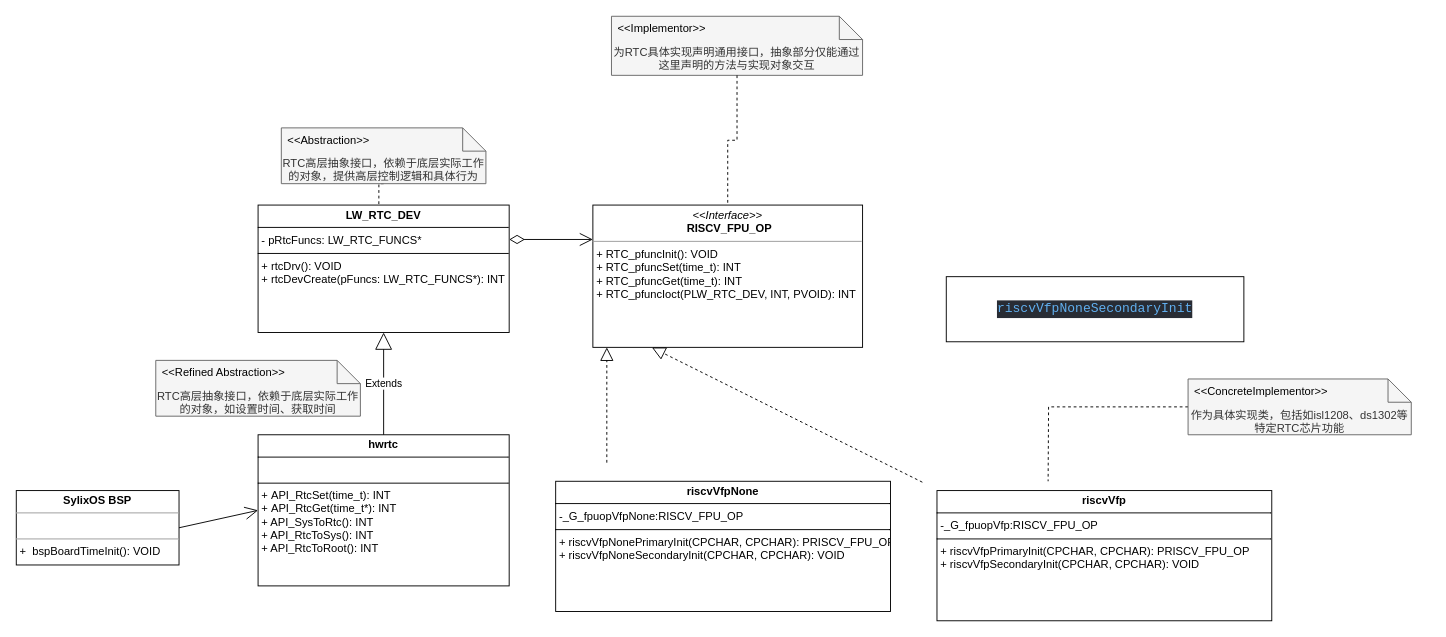
peng-fan/drawio keeps this draw.io diagram as page "SylixOS设计模式-简单工厂" (4 of 4) of draw/SylixOS内核艺术.drawio. Above is the earlier version. Source tidied: cells renumbered, new cells numbered last; positions are measured from the earlier drawing's top-left corner, leaving out a move shared by most shapes. Both pictures are drawn from the tidied source at 93%, with x=0, y=0 at pixel (16, 16).
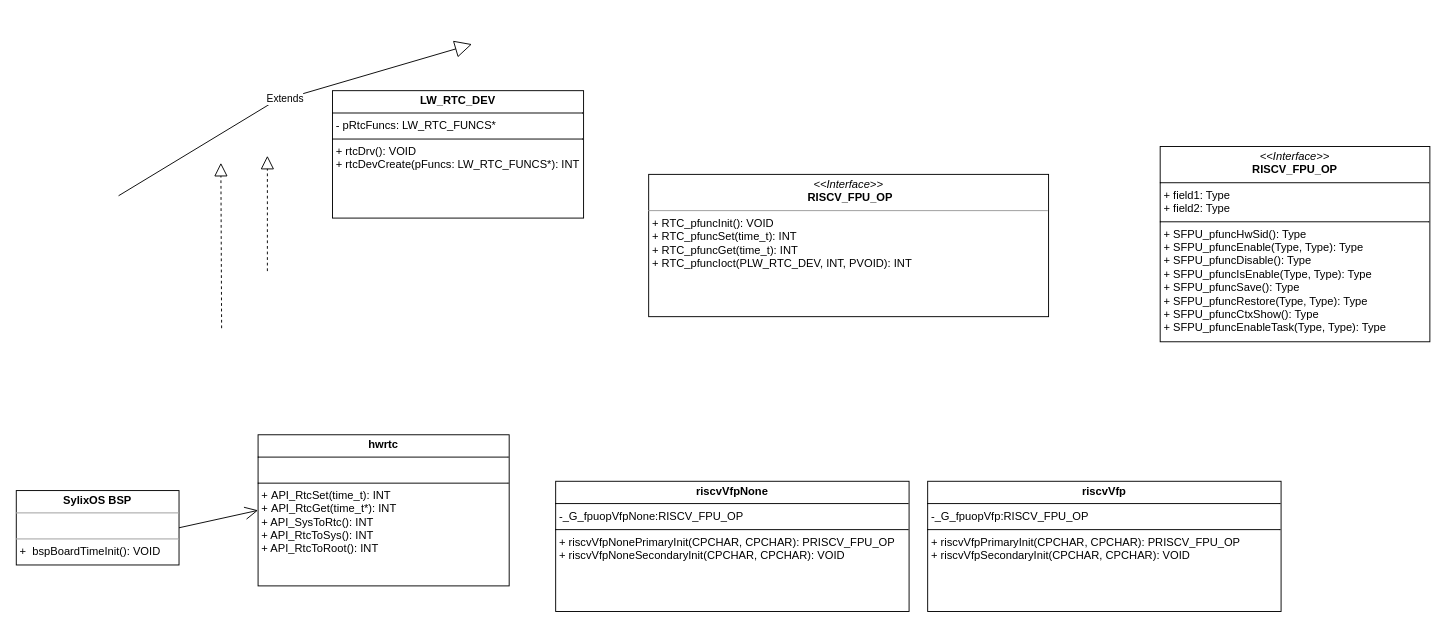
After the change.

Commit message:
更新SylixOS内核艺术.drawio

Unchanged cells that the change refers to:
```xml
<mxCell id="18" value="&lt;p style=&quot;margin:0px;margin-top:4px;text-align:center;&quot;&gt;&lt;b&gt;hwrtc&lt;/b&gt;&lt;/p&gt;&lt;hr size=&quot;1&quot; style=&quot;border-style:solid;&quot;&gt;&lt;p style=&quot;margin:0px;margin-left:4px;&quot;&gt;&lt;br&gt;&lt;/p&gt;&lt;hr size=&quot;1&quot; style=&quot;border-style:solid;&quot;&gt;&lt;p style=&quot;margin:0px;margin-left:4px;&quot;&gt;&lt;span style=&quot;background-color: transparent; color: light-dark(rgb(0, 0, 0), rgb(255, 255, 255));&quot;&gt;+&amp;nbsp;&lt;/span&gt;&lt;span style=&quot;background-color: transparent; color: light-dark(rgb(0, 0, 0), rgb(255, 255, 255));&quot;&gt;API_RtcSet&lt;/span&gt;&lt;span style=&quot;background-color: transparent; color: light-dark(rgb(0, 0, 0), rgb(255, 255, 255));&quot;&gt;(&lt;/span&gt;&lt;span style=&quot;background-color: transparent; color: light-dark(rgb(0, 0, 0), rgb(255, 255, 255));&quot;&gt;time_t&lt;/span&gt;&lt;span style=&quot;background-color: transparent; color: light-dark(rgb(0, 0, 0), rgb(255, 255, 255));&quot;&gt;): INT&lt;/span&gt;&lt;/p&gt;&lt;p style=&quot;margin: 0px 0px 0px 4px;&quot;&gt;&lt;span style=&quot;color: light-dark(rgb(0, 0, 0), rgb(255, 255, 255)); background-color: transparent;&quot;&gt;+&amp;nbsp;&lt;/span&gt;&lt;span style=&quot;background-color: transparent;&quot;&gt;API_RtcGet&lt;/span&gt;&lt;span style=&quot;color: light-dark(rgb(0, 0, 0), rgb(255, 255, 255)); background-color: transparent;&quot;&gt;(&lt;/span&gt;&lt;span style=&quot;background-color: transparent;&quot;&gt;time_t*&lt;/span&gt;&lt;span style=&quot;color: light-dark(rgb(0, 0, 0), rgb(255, 255, 255)); background-color: transparent;&quot;&gt;): INT&lt;/span&gt;&lt;span style=&quot;background-color: transparent; color: light-dark(rgb(0, 0, 0), rgb(255, 255, 255));&quot;&gt;&lt;/span&gt;&lt;/p&gt;&lt;p style=&quot;margin: 0px 0px 0px 4px;&quot;&gt;+ API_SysToRtc(): INT&lt;/p&gt;&lt;p style=&quot;margin: 0px 0px 0px 4px;&quot;&gt;+ API_RtcToSys(): INT&lt;/p&gt;&lt;p style=&quot;margin: 0px 0px 0px 4px;&quot;&gt;+ API_RtcToRoot(): INT&lt;/p&gt;" style="verticalAlign=top;align=left;overflow=fill;html=1;whiteSpace=wrap;" parent="1" vertex="1">
  <mxGeometry x="260" y="450" width="270" height="162.5" as="geometry" />
</mxCell>
```

Diff of the diagram source:
```diff
@@
     <mxCell id="2" value="&lt;p style=&quot;margin:0px;margin-top:4px;text-align:center;&quot;&gt;&lt;i&gt;&amp;lt;&amp;lt;Interface&amp;gt;&amp;gt;&lt;/i&gt;&lt;br&gt;&lt;/p&gt;&lt;p style=&quot;text-align: center; margin: 0px 0px 0px 4px;&quot;&gt;&lt;span style=&quot;background-color: transparent;&quot;&gt;&lt;b&gt;RISCV_FPU_OP&lt;/b&gt;&lt;/span&gt;&lt;/p&gt;&lt;hr size=&quot;1&quot;&gt;&lt;p style=&quot;margin:0px;margin-left:4px;&quot;&gt;+ RTC_pfuncInit(): VOID&lt;br&gt;+ RTC_pfuncSet(time_t): INT&lt;/p&gt;&lt;p style=&quot;margin:0px;margin-left:4px;&quot;&gt;+&amp;nbsp;&lt;span style=&quot;background-color: transparent; color: light-dark(rgb(0, 0, 0), rgb(255, 255, 255));&quot;&gt;RTC_pfuncGet(&lt;/span&gt;&lt;span style=&quot;background-color: transparent;&quot;&gt;time_t&lt;/span&gt;&lt;span style=&quot;background-color: transparent; color: light-dark(rgb(0, 0, 0), rgb(255, 255, 255));&quot;&gt;): INT&lt;/span&gt;&lt;/p&gt;&lt;p style=&quot;margin:0px;margin-left:4px;&quot;&gt;+&amp;nbsp;&lt;span style=&quot;background-color: transparent;&quot;&gt;RTC_pfuncIoct&lt;/span&gt;&lt;span style=&quot;color: light-dark(rgb(0, 0, 0), rgb(255, 255, 255)); background-color: transparent;&quot;&gt;(P&lt;/span&gt;&lt;span style=&quot;background-color: transparent;&quot;&gt;LW_RTC_DEV, INT, PVOID): INT&lt;/span&gt;&lt;/p&gt;" style="verticalAlign=top;align=left;overflow=fill;fontSize=12;fontFamily=Helvetica;html=1;rounded=0;shadow=0;comic=0;labelBackgroundColor=none;strokeWidth=1;" parent="1" vertex="1">
-      <mxGeometry x="620" y="203" width="290" height="153" as="geometry" />
+      <mxGeometry x="680" y="170" width="430" height="153" as="geometry" />
     </mxCell>
     <mxCell id="3" value="&lt;p style=&quot;margin:0px;margin-top:4px;text-align:center;&quot;&gt;&lt;b&gt;riscvVfpNone&lt;/b&gt;&lt;/p&gt;&lt;hr size=&quot;1&quot; style=&quot;border-style:solid;&quot;&gt;&lt;p style=&quot;margin:0px;margin-left:4px;&quot;&gt;-_G_fpuopVfpNone:RISCV_FPU_OP&lt;/p&gt;&lt;hr size=&quot;1&quot; style=&quot;border-style:solid;&quot;&gt;&lt;p style=&quot;margin: 0px 0px 0px 4px;&quot;&gt;&lt;span style=&quot;text-wrap-mode: nowrap;&quot;&gt;+ &lt;/span&gt;riscvVfpNonePrimaryInit&lt;span style=&quot;text-wrap-mode: nowrap; background-color: transparent; color: light-dark(rgb(0, 0, 0), rgb(255, 255, 255));&quot;&gt;(&lt;/span&gt;&lt;span style=&quot;background-color: transparent; text-wrap-mode: nowrap;&quot;&gt;CPCHAR,&amp;nbsp;&lt;/span&gt;&lt;span style=&quot;background-color: transparent; text-wrap-mode: nowrap;&quot;&gt;CPCHAR&lt;/span&gt;&lt;span style=&quot;background-color: transparent; color: light-dark(rgb(0, 0, 0), rgb(255, 255, 255)); text-wrap-mode: nowrap;&quot;&gt;): P&lt;/span&gt;&lt;span style=&quot;background-color: transparent; color: light-dark(rgb(0, 0, 0), rgb(255, 255, 255));&quot;&gt;RISCV_FPU_OP&lt;/span&gt;&lt;/p&gt;&lt;p style=&quot;margin: 0px 0px 0px 4px;&quot;&gt;&lt;span style=&quot;text-wrap-mode: nowrap;&quot;&gt;+&amp;nbsp;&lt;/span&gt;riscvVfpNoneSecondaryInit&lt;span style=&quot;text-wrap-mode: nowrap;&quot;&gt;(&lt;/span&gt;&lt;span style=&quot;text-wrap-mode: nowrap; background-color: transparent;&quot;&gt;CPCHAR,&amp;nbsp;&lt;/span&gt;&lt;span style=&quot;text-wrap-mode: nowrap; background-color: transparent;&quot;&gt;CPCHAR&lt;/span&gt;&lt;span style=&quot;text-wrap-mode: nowrap;&quot;&gt;): VOID&lt;/span&gt;&lt;/p&gt;" style="verticalAlign=top;align=left;overflow=fill;html=1;whiteSpace=wrap;" parent="1" vertex="1">
-      <mxGeometry x="580" y="500" width="360" height="140" as="geometry" />
+      <mxGeometry x="580" y="500" width="380" height="140" as="geometry" />
     </mxCell>
-    <mxCell id="4" style="endArrow=block;dashed=1;endFill=0;endSize=12;html=1;rounded=0;entryX=0.219;entryY=1.001;entryDx=0;entryDy=0;entryPerimeter=0;exitX=0.051;exitY=0.007;exitDx=0;exitDy=0;exitPerimeter=0;" parent="1" edge="1" target="2">
+    <mxCell id="4" style="endArrow=block;dashed=1;endFill=0;endSize=12;html=1;rounded=0;entryX=0.219;entryY=1.001;entryDx=0;entryDy=0;entryPerimeter=0;exitX=0.051;exitY=0.007;exitDx=0;exitDy=0;exitPerimeter=0;" parent="1" edge="1">
       <mxGeometry relative="1" as="geometry">
-        <mxPoint x="974.3" y="501" as="sourcePoint" />
+        <mxPoint x="220.8" y="335.4" as="sourcePoint" />
+        <mxPoint x="220" y="157.6" as="targetPoint" />
       </mxGeometry>
     </mxCell>
@@
     <mxCell id="6" value="&lt;p style=&quot;margin:0px;margin-top:4px;text-align:center;&quot;&gt;&lt;b&gt;LW_RTC_DEV&lt;/b&gt;&lt;/p&gt;&lt;hr size=&quot;1&quot; style=&quot;border-style:solid;&quot;&gt;&lt;p style=&quot;margin:0px;margin-left:4px;&quot;&gt;- pRtcFuncs: LW_RTC_FUNCS*&lt;/p&gt;&lt;hr size=&quot;1&quot; style=&quot;border-style:solid;&quot;&gt;&lt;p style=&quot;margin: 0px 0px 0px 4px;&quot;&gt;+ rtcDrv(): VOID&lt;/p&gt;&lt;p style=&quot;margin: 0px 0px 0px 4px;&quot;&gt;+ rtcDevCreate(pFuncs: LW_RTC_FUNCS*): INT&lt;/p&gt;" style="verticalAlign=top;align=left;overflow=fill;html=1;whiteSpace=wrap;" parent="1" vertex="1">
-      <mxGeometry x="260" y="203" width="270" height="137" as="geometry" />
+      <mxGeometry x="340" y="80" width="270" height="137" as="geometry" />
     </mxCell>
@@
-    <mxCell id="8" style="edgeStyle=orthogonalEdgeStyle;rounded=0;jettySize=auto;html=1;dashed=1;endArrow=none;endFill=0;exitX=0.5;exitY=1;exitDx=0;exitDy=0;exitPerimeter=0;entryX=0.481;entryY=0.002;entryDx=0;entryDy=0;entryPerimeter=0;" parent="1" edge="1" source="9" target="6">
-      <mxGeometry relative="1" as="geometry" />
-    </mxCell>
-    <mxCell id="9" value="&lt;div&gt;&lt;div class=&quot;ace-line ace-line old-record-id-ExkXdVtDqofSKyxZcV6c9kCpnzc&quot;&gt;RTC高层抽象接口，依赖于底层实际工作的对象，提供高层控制逻辑和具体行为&lt;/div&gt;&lt;/div&gt;&lt;span data-lark-record-data=&quot;{&amp;quot;rootId&amp;quot;:&amp;quot;XQFvd94RPoZa4Mx5yjpcOu3MnYf&amp;quot;,&amp;quot;text&amp;quot;:{&amp;quot;initialAttributedTexts&amp;quot;:{&amp;quot;text&amp;quot;:{&amp;quot;0&amp;quot;:&amp;quot;RTC子系统：作为环境(Context)类，使用这些策略&amp;quot;},&amp;quot;attribs&amp;quot;:{&amp;quot;0&amp;quot;:&amp;quot;*0+s&amp;quot;}},&amp;quot;apool&amp;quot;:{&amp;quot;numToAttrib&amp;quot;:{&amp;quot;0&amp;quot;:[&amp;quot;author&amp;quot;,&amp;quot;7164723265586348036&amp;quot;]},&amp;quot;nextNum&amp;quot;:1}},&amp;quot;type&amp;quot;:&amp;quot;text&amp;quot;,&amp;quot;referenceRecordMap&amp;quot;:{},&amp;quot;extra&amp;quot;:{&amp;quot;channel&amp;quot;:&amp;quot;saas&amp;quot;,&amp;quot;isEqualBlockSelection&amp;quot;:true,&amp;quot;pasteRandomId&amp;quot;:&amp;quot;aa6ecff8-70e5-4af4-9037-28c291040ef5&amp;quot;,&amp;quot;mention_page_title&amp;quot;:{},&amp;quot;external_mention_url&amp;quot;:{}},&amp;quot;isKeepQuoteContainer&amp;quot;:false,&amp;quot;isFromCode&amp;quot;:false,&amp;quot;selection&amp;quot;:[{&amp;quot;id&amp;quot;:26,&amp;quot;type&amp;quot;:&amp;quot;text&amp;quot;,&amp;quot;selection&amp;quot;:{&amp;quot;start&amp;quot;:0,&amp;quot;end&amp;quot;:28},&amp;quot;recordId&amp;quot;:&amp;quot;ExkXdVtDqofSKyxZcV6c9kCpnzc&amp;quot;}],&amp;quot;payloadMap&amp;quot;:{},&amp;quot;isCut&amp;quot;:false}&quot; class=&quot;lark-record-clipboard&quot;&gt;&lt;/span&gt;" style="shape=note2;boundedLbl=1;whiteSpace=wrap;html=1;size=25;verticalAlign=top;align=center;fillColor=#f5f5f5;fontColor=#333333;strokeColor=#666666;" parent="1" vertex="1">
-      <mxGeometry x="285" y="120" width="220" height="60" as="geometry" />
-    </mxCell>
-    <mxCell id="10" value="&lt;&lt;Abstraction&gt;&gt;" style="strokeColor=none;fillColor=none;align=left;spacingLeft=5;" parent="9" vertex="1">
-      <mxGeometry width="220" height="25" relative="1" as="geometry" />
-    </mxCell>
-    <mxCell id="11" value="&lt;span style=&quot;background-color: transparent; color: light-dark(rgb(51, 51, 51), rgb(193, 193, 193));&quot;&gt;为&lt;/span&gt;RTC具体实现声明通用接口&lt;span style=&quot;background-color: transparent; color: light-dark(rgb(51, 51, 51), rgb(193, 193, 193));&quot;&gt;，抽象部分仅能通过这里声明的方法与实现对象交互&lt;/span&gt;" style="shape=note2;boundedLbl=1;whiteSpace=wrap;html=1;size=25;verticalAlign=top;align=center;fillColor=#f5f5f5;fontColor=#333333;strokeColor=#666666;" parent="1" vertex="1">
-      <mxGeometry x="640" width="270" height="63.5" as="geometry" />
-    </mxCell>
-    <mxCell id="12" value="&lt;&lt;Implementor&gt;&gt;" style="strokeColor=none;fillColor=none;align=left;spacingLeft=5;" parent="11" vertex="1">
-      <mxGeometry width="270" height="25" relative="1" as="geometry" />
-    </mxCell>
-    <mxCell id="13" style="edgeStyle=orthogonalEdgeStyle;rounded=0;jettySize=auto;html=1;dashed=1;endArrow=none;endFill=0;entryX=0.534;entryY=0;entryDx=0;entryDy=0;entryPerimeter=0;" parent="1" edge="1" source="14">
-      <mxGeometry relative="1" as="geometry">
-        <mxPoint x="1109.5" y="500" as="targetPoint" />
-      </mxGeometry>
-    </mxCell>
-    <mxCell id="14" value="&lt;span style=&quot;background-color: transparent; color: light-dark(rgb(51, 51, 51), rgb(193, 193, 193));&quot;&gt;作为&lt;/span&gt;具体实现类&lt;span style=&quot;background-color: transparent; color: light-dark(rgb(51, 51, 51), rgb(193, 193, 193));&quot;&gt;，包括如isl1208、ds1302等特定RTC芯片功能&lt;/span&gt;" style="shape=note2;boundedLbl=1;whiteSpace=wrap;html=1;size=25;verticalAlign=top;align=center;fillColor=#f5f5f5;fontColor=#333333;strokeColor=#666666;" parent="1" vertex="1">
-      <mxGeometry x="1260" y="390" width="240" height="60" as="geometry" />
-    </mxCell>
-    <mxCell id="15" value="&lt;&lt;ConcreteImplementor&gt;&gt;" style="strokeColor=none;fillColor=none;align=left;spacingLeft=5;" parent="14" vertex="1">
-      <mxGeometry width="240" height="25" relative="1" as="geometry" />
-    </mxCell>
-    <mxCell id="16" style="edgeStyle=orthogonalEdgeStyle;rounded=0;jettySize=auto;html=1;dashed=1;endArrow=none;endFill=0;exitX=0.5;exitY=1;exitDx=0;exitDy=0;exitPerimeter=0;entryX=0.5;entryY=0;entryDx=0;entryDy=0;" parent="1" edge="1" source="11" target="2">
-      <mxGeometry relative="1" as="geometry" />
-    </mxCell>
-    <mxCell id="17" style="endArrow=open;html=1;endSize=12;startArrow=diamondThin;startSize=14;startFill=0;edgeStyle=orthogonalEdgeStyle;align=left;verticalAlign=bottom;rounded=0;" parent="1" edge="1">
-      <mxGeometry x="-1" y="3" relative="1" as="geometry">
-        <mxPoint x="530" y="240" as="sourcePoint" />
-        <mxPoint x="620" y="240" as="targetPoint" />
-      </mxGeometry>
-    </mxCell>
@@
-    <mxCell id="19" value="Extends" style="endArrow=block;endSize=16;endFill=0;html=1;rounded=0;entryX=0.5;entryY=1;entryDx=0;entryDy=0;exitX=0.5;exitY=0;exitDx=0;exitDy=0;" parent="1" edge="1" source="18" target="6">
-      <mxGeometry relative="1" as="geometry" />
+    <mxCell id="19" value="Extends" style="endArrow=block;endSize=16;endFill=0;html=1;rounded=0;entryX=0.5;entryY=1;entryDx=0;entryDy=0;exitX=0.5;exitY=0;exitDx=0;exitDy=0;" parent="1" edge="1">
+      <mxGeometry relative="1" as="geometry">
+        <mxPoint x="110" y="193" as="sourcePoint" />
+        <mxPoint x="490" y="30" as="targetPoint" />
+        <Array as="points">
+          <mxPoint x="275" y="93" />
+        </Array>
+      </mxGeometry>
     </mxCell>
     <mxCell id="20" style="endArrow=block;dashed=1;endFill=0;endSize=12;html=1;rounded=0;entryX=0;entryY=1;entryDx=0;entryDy=0;exitX=0;exitY=0;exitDx=0;exitDy=0;" parent="1" edge="1">
       <mxGeometry relative="1" as="geometry">
-        <mxPoint x="635" y="480" as="sourcePoint" />
-        <mxPoint x="635" y="356" as="targetPoint" />
+        <mxPoint x="270" y="274" as="sourcePoint" />
+        <mxPoint x="270" y="150" as="targetPoint" />
       </mxGeometry>
     </mxCell>
-    <mxCell id="21" value="&lt;div&gt;&lt;div class=&quot;ace-line ace-line old-record-id-ExkXdVtDqofSKyxZcV6c9kCpnzc&quot;&gt;RTC高层抽象接口，依赖于底层实际工作的对象，如设置时间、获取时间&lt;/div&gt;&lt;/div&gt;&lt;span data-lark-record-data=&quot;{&amp;quot;rootId&amp;quot;:&amp;quot;XQFvd94RPoZa4Mx5yjpcOu3MnYf&amp;quot;,&amp;quot;text&amp;quot;:{&amp;quot;initialAttributedTexts&amp;quot;:{&amp;quot;text&amp;quot;:{&amp;quot;0&amp;quot;:&amp;quot;RTC子系统：作为环境(Context)类，使用这些策略&amp;quot;},&amp;quot;attribs&amp;quot;:{&amp;quot;0&amp;quot;:&amp;quot;*0+s&amp;quot;}},&amp;quot;apool&amp;quot;:{&amp;quot;numToAttrib&amp;quot;:{&amp;quot;0&amp;quot;:[&amp;quot;author&amp;quot;,&amp;quot;7164723265586348036&amp;quot;]},&amp;quot;nextNum&amp;quot;:1}},&amp;quot;type&amp;quot;:&amp;quot;text&amp;quot;,&amp;quot;referenceRecordMap&amp;quot;:{},&amp;quot;extra&amp;quot;:{&amp;quot;channel&amp;quot;:&amp;quot;saas&amp;quot;,&amp;quot;isEqualBlockSelection&amp;quot;:true,&amp;quot;pasteRandomId&amp;quot;:&amp;quot;aa6ecff8-70e5-4af4-9037-28c291040ef5&amp;quot;,&amp;quot;mention_page_title&amp;quot;:{},&amp;quot;external_mention_url&amp;quot;:{}},&amp;quot;isKeepQuoteContainer&amp;quot;:false,&amp;quot;isFromCode&amp;quot;:false,&amp;quot;selection&amp;quot;:[{&amp;quot;id&amp;quot;:26,&amp;quot;type&amp;quot;:&amp;quot;text&amp;quot;,&amp;quot;selection&amp;quot;:{&amp;quot;start&amp;quot;:0,&amp;quot;end&amp;quot;:28},&amp;quot;recordId&amp;quot;:&amp;quot;ExkXdVtDqofSKyxZcV6c9kCpnzc&amp;quot;}],&amp;quot;payloadMap&amp;quot;:{},&amp;quot;isCut&amp;quot;:false}&quot; class=&quot;lark-record-clipboard&quot;&gt;&lt;/span&gt;" style="shape=note2;boundedLbl=1;whiteSpace=wrap;html=1;size=25;verticalAlign=top;align=center;fillColor=#f5f5f5;fontColor=#333333;strokeColor=#666666;" parent="1" vertex="1">
-      <mxGeometry x="150" y="370" width="220" height="60" as="geometry" />
-    </mxCell>
-    <mxCell id="22" value="&lt;&lt;Refined Abstraction&gt;&gt;" style="strokeColor=none;fillColor=none;align=left;spacingLeft=5;" parent="21" vertex="1">
-      <mxGeometry width="220" height="25" relative="1" as="geometry" />
-    </mxCell>
-    <mxCell id="23" value="&lt;div style=&quot;color: rgb(171, 178, 191); background-color: rgb(40, 44, 52); font-family: Consolas, &amp;quot;Courier New&amp;quot;, monospace; font-size: 14px; line-height: 19px; white-space: pre;&quot;&gt;&lt;span style=&quot;color: #61afef;&quot;&gt;riscvVfpNoneSecondaryInit&lt;/span&gt;&lt;/div&gt;" style="whiteSpace=wrap;html=1;" parent="1" vertex="1">
-      <mxGeometry x="1000" y="280" width="320" height="70" as="geometry" />
-    </mxCell>
     <mxCell id="24" value="&lt;p style=&quot;margin:0px;margin-top:4px;text-align:center;&quot;&gt;&lt;b&gt;riscvVfp&lt;/b&gt;&lt;/p&gt;&lt;hr size=&quot;1&quot; style=&quot;border-style:solid;&quot;&gt;&lt;p style=&quot;margin:0px;margin-left:4px;&quot;&gt;-_G_fpuopVfp:RISCV_FPU_OP&lt;/p&gt;&lt;hr size=&quot;1&quot; style=&quot;border-style:solid;&quot;&gt;&lt;p style=&quot;margin: 0px 0px 0px 4px;&quot;&gt;&lt;span style=&quot;text-wrap-mode: nowrap;&quot;&gt;+ &lt;/span&gt;riscvVfpPrimaryInit&lt;span style=&quot;text-wrap-mode: nowrap; background-color: transparent; color: light-dark(rgb(0, 0, 0), rgb(255, 255, 255));&quot;&gt;(&lt;/span&gt;&lt;span style=&quot;background-color: transparent; text-wrap-mode: nowrap;&quot;&gt;CPCHAR,&amp;nbsp;&lt;/span&gt;&lt;span style=&quot;background-color: transparent; text-wrap-mode: nowrap;&quot;&gt;CPCHAR&lt;/span&gt;&lt;span style=&quot;background-color: transparent; color: light-dark(rgb(0, 0, 0), rgb(255, 255, 255)); text-wrap-mode: nowrap;&quot;&gt;): P&lt;/span&gt;&lt;span style=&quot;background-color: transparent; color: light-dark(rgb(0, 0, 0), rgb(255, 255, 255));&quot;&gt;RISCV_FPU_OP&lt;/span&gt;&lt;/p&gt;&lt;p style=&quot;margin: 0px 0px 0px 4px;&quot;&gt;&lt;span style=&quot;text-wrap-mode: nowrap;&quot;&gt;+&amp;nbsp;&lt;/span&gt;riscvVfpSecondaryInit&lt;span style=&quot;text-wrap-mode: nowrap;&quot;&gt;(&lt;/span&gt;&lt;span style=&quot;text-wrap-mode: nowrap; background-color: transparent;&quot;&gt;CPCHAR,&amp;nbsp;&lt;/span&gt;&lt;span style=&quot;text-wrap-mode: nowrap; background-color: transparent;&quot;&gt;CPCHAR&lt;/span&gt;&lt;span style=&quot;text-wrap-mode: nowrap;&quot;&gt;): VOID&lt;/span&gt;&lt;/p&gt;" style="verticalAlign=top;align=left;overflow=fill;html=1;whiteSpace=wrap;" parent="1" vertex="1">
-      <mxGeometry x="990" y="510" width="360" height="140" as="geometry" />
+      <mxGeometry x="980" y="500" width="380" height="140" as="geometry" />
     </mxCell>
+    <mxCell id="25" value="&lt;p style=&quot;margin:0px;margin-top:4px;text-align:center;&quot;&gt;&lt;i&gt;&amp;lt;&amp;lt;Interface&amp;gt;&amp;gt;&lt;/i&gt;&lt;br&gt;&lt;b&gt;RISCV_FPU_OP&lt;/b&gt;&lt;/p&gt;&lt;hr size=&quot;1&quot; style=&quot;border-style:solid;&quot;&gt;&lt;p style=&quot;margin:0px;margin-left:4px;&quot;&gt;+ field1: Type&lt;br&gt;+ field2: Type&lt;/p&gt;&lt;hr size=&quot;1&quot; style=&quot;border-style:solid;&quot;&gt;&lt;p style=&quot;margin:0px;margin-left:4px;&quot;&gt;+ SFPU_pfuncHwSid(): Type&lt;br&gt;+ SFPU_pfuncEnable(Type, Type): Type&lt;/p&gt;&lt;p style=&quot;margin:0px;margin-left:4px;&quot;&gt;+ SFPU_pfuncDisable(): Type&lt;br&gt;+ SFPU_pfuncIsEnable(Type, Type): Type&lt;/p&gt;&lt;p style=&quot;margin:0px;margin-left:4px;&quot;&gt;+ SFPU_pfuncSave(): Type&lt;br&gt;+ SFPU_pfuncRestore(Type, Type): Type&lt;/p&gt;&lt;p style=&quot;margin:0px;margin-left:4px;&quot;&gt;+ SFPU_pfuncCtxShow(): Type&lt;br&gt;+ SFPU_pfuncEnableTask(Type, Type): Type&lt;/p&gt;" style="verticalAlign=top;align=left;overflow=fill;html=1;whiteSpace=wrap;" parent="1" vertex="1">
+      <mxGeometry x="1230" y="140" width="290" height="210" as="geometry" />
+    </mxCell>
```
